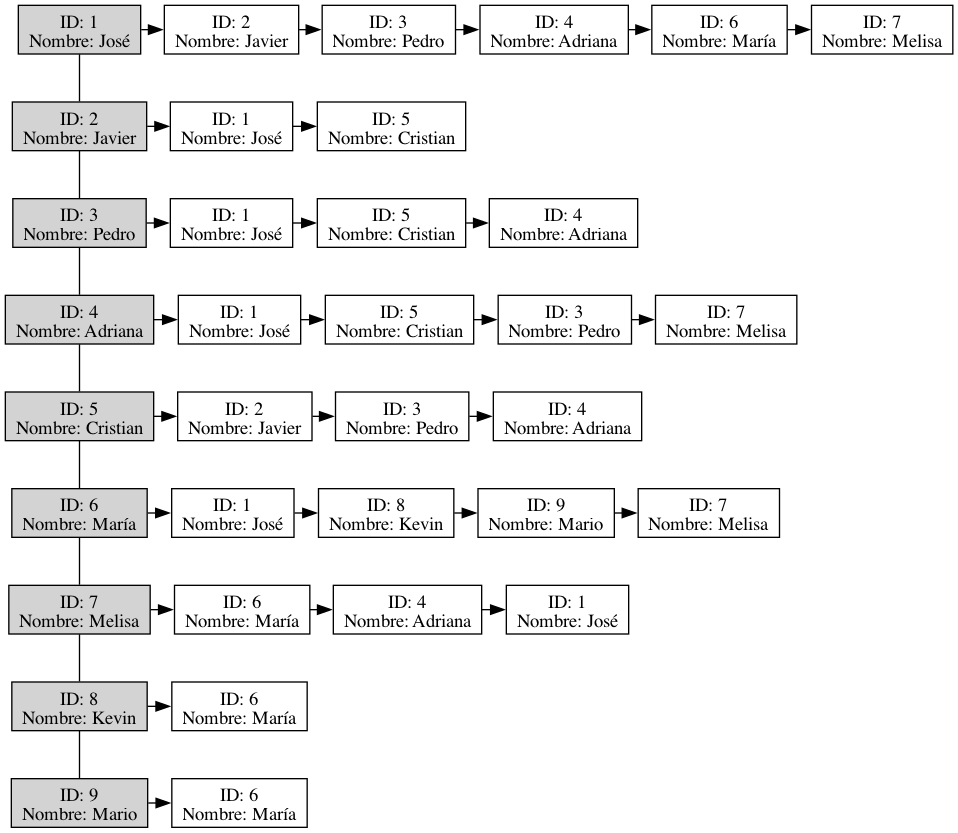
Earlier version of the Graphviz export fase3/usuarios/reportes/grafoLista.png (Ggi0/-EDD-Proyecto_202100229). Its source is kept beside it as fase3/usuarios/reportes/grafoLista.dot. Its diagram source:
```dot
digraph G {
node[shape = "box" style = "filled"]
Nodo1[label = "ID: 1\nNombre: José" group = "1" fillcolor="lightgray"];
Nodo1->Nodo2[dir = none];Nodo1->Nodo0x7f82a4642430;
Nodo0x7f82a4642430[label = "ID: 2\nNombre: Javier" fillcolor = "white"];
Nodo0x7f82a4642430->Nodo0x7f82a463e100;
Nodo0x7f82a463e100[label = "ID: 3\nNombre: Pedro" fillcolor = "white"];
Nodo0x7f82a463e100->Nodo0x7f82a463e280;
Nodo0x7f82a463e280[label = "ID: 4\nNombre: Adriana" fillcolor = "white"];
Nodo0x7f82a463e280->Nodo0x7f82a463e400;
Nodo0x7f82a463e400[label = "ID: 6\nNombre: María" fillcolor = "white"];
Nodo0x7f82a463e400->Nodo0x7f82a463f240;
Nodo0x7f82a463f240[label = "ID: 7\nNombre: Melisa" fillcolor = "white"];
{rank=same;Nodo1;Nodo0x7f82a4642430;Nodo0x7f82a463e100;Nodo0x7f82a463e280;Nodo0x7f82a463e400;Nodo0x7f82a463f240}
Nodo2[label = "ID: 2\nNombre: Javier" group = "1" fillcolor="lightgray"];
Nodo2->Nodo3[dir = none];Nodo2->Nodo0x7f82a463e040;
Nodo0x7f82a463e040[label = "ID: 1\nNombre: José" fillcolor = "white"];
Nodo0x7f82a463e040->Nodo0x7f82a463e640;
Nodo0x7f82a463e640[label = "ID: 5\nNombre: Cristian" fillcolor = "white"];
{rank=same;Nodo2;Nodo0x7f82a463e040;Nodo0x7f82a463e640}
Nodo3[label = "ID: 3\nNombre: Pedro" group = "1" fillcolor="lightgray"];
Nodo3->Nodo4[dir = none];Nodo3->Nodo0x7f82a463e1c0;
Nodo0x7f82a463e1c0[label = "ID: 1\nNombre: José" fillcolor = "white"];
Nodo0x7f82a463e1c0->Nodo0x7f82a463e7c0;
Nodo0x7f82a463e7c0[label = "ID: 5\nNombre: Cristian" fillcolor = "white"];
Nodo0x7f82a463e7c0->Nodo0x7f82a463ea00;
Nodo0x7f82a463ea00[label = "ID: 4\nNombre: Adriana" fillcolor = "white"];
{rank=same;Nodo3;Nodo0x7f82a463e1c0;Nodo0x7f82a463e7c0;Nodo0x7f82a463ea00}
Nodo4[label = "ID: 4\nNombre: Adriana" group = "1" fillcolor="lightgray"];
Nodo4->Nodo5[dir = none];Nodo4->Nodo0x7f82a463e340;
Nodo0x7f82a463e340[label = "ID: 1\nNombre: José" fillcolor = "white"];
Nodo0x7f82a463e340->Nodo0x7f82a463e940;
Nodo0x7f82a463e940[label = "ID: 5\nNombre: Cristian" fillcolor = "white"];
Nodo0x7f82a463e940->Nodo0x7f82a463eac0;
Nodo0x7f82a463eac0[label = "ID: 3\nNombre: Pedro" fillcolor = "white"];
Nodo0x7f82a463eac0->Nodo0x7f82a463f0c0;
Nodo0x7f82a463f0c0[label = "ID: 7\nNombre: Melisa" fillcolor = "white"];
{rank=same;Nodo4;Nodo0x7f82a463e340;Nodo0x7f82a463e940;Nodo0x7f82a463eac0;Nodo0x7f82a463f0c0}
Nodo5[label = "ID: 5\nNombre: Cristian" group = "1" fillcolor="lightgray"];
Nodo5->Nodo6[dir = none];Nodo5->Nodo0x7f82a463e580;
Nodo0x7f82a463e580[label = "ID: 2\nNombre: Javier" fillcolor = "white"];
Nodo0x7f82a463e580->Nodo0x7f82a463e700;
Nodo0x7f82a463e700[label = "ID: 3\nNombre: Pedro" fillcolor = "white"];
Nodo0x7f82a463e700->Nodo0x7f82a463e880;
Nodo0x7f82a463e880[label = "ID: 4\nNombre: Adriana" fillcolor = "white"];
{rank=same;Nodo5;Nodo0x7f82a463e580;Nodo0x7f82a463e700;Nodo0x7f82a463e880}
Nodo6[label = "ID: 6\nNombre: María" group = "1" fillcolor="lightgray"];
Nodo6->Nodo7[dir = none];Nodo6->Nodo0x7f82a463e4c0;
Nodo0x7f82a463e4c0[label = "ID: 1\nNombre: José" fillcolor = "white"];
Nodo0x7f82a463e4c0->Nodo0x7f82a463eb80;
Nodo0x7f82a463eb80[label = "ID: 8\nNombre: Kevin" fillcolor = "white"];
Nodo0x7f82a463eb80->Nodo0x7f82a463ed00;
Nodo0x7f82a463ed00[label = "ID: 9\nNombre: Mario" fillcolor = "white"];
Nodo0x7f82a463ed00->Nodo0x7f82a463ee80;
Nodo0x7f82a463ee80[label = "ID: 7\nNombre: Melisa" fillcolor = "white"];
{rank=same;Nodo6;Nodo0x7f82a463e4c0;Nodo0x7f82a463eb80;Nodo0x7f82a463ed00;Nodo0x7f82a463ee80}
Nodo7[label = "ID: 7\nNombre: Melisa" group = "1" fillcolor="lightgray"];
Nodo7->Nodo8[dir = none];Nodo7->Nodo0x7f82a463ef40;
Nodo0x7f82a463ef40[label = "ID: 6\nNombre: María" fillcolor = "white"];
Nodo0x7f82a463ef40->Nodo0x7f82a463f000;
Nodo0x7f82a463f000[label = "ID: 4\nNombre: Adriana" fillcolor = "white"];
Nodo0x7f82a463f000->Nodo0x7f82a463f180;
Nodo0x7f82a463f180[label = "ID: 1\nNombre: José" fillcolor = "white"];
{rank=same;Nodo7;Nodo0x7f82a463ef40;Nodo0x7f82a463f000;Nodo0x7f82a463f180}
Nodo8[label = "ID: 8\nNombre: Kevin" group = "1" fillcolor="lightgray"];
Nodo8->Nodo9[dir = none];Nodo8->Nodo0x7f82a463ec40;
Nodo0x7f82a463ec40[label = "ID: 6\nNombre: María" fillcolor = "white"];
{rank=same;Nodo8;Nodo0x7f82a463ec40}
Nodo9[label = "ID: 9\nNombre: Mario" group = "1" fillcolor="lightgray"];
Nodo9->Nodo0x7f82a463edc0;
Nodo0x7f82a463edc0[label = "ID: 6\nNombre: María" fillcolor = "white"];
{rank=same;Nodo9;Nodo0x7f82a463edc0}
}
```
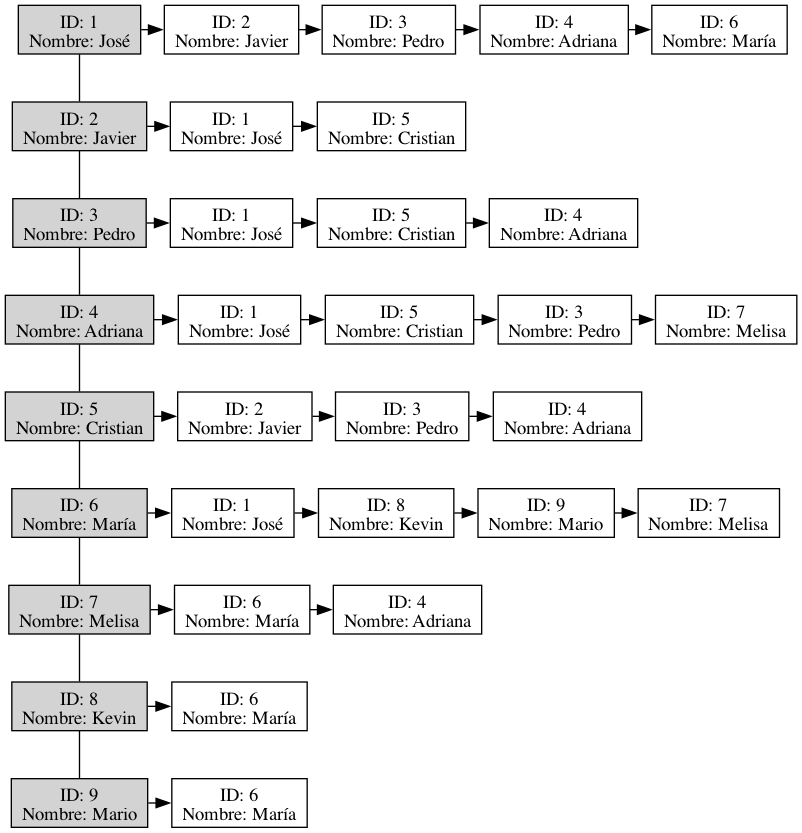
After the change.

The edit, as a diff of the source:
```diff
@@ -1,73 +1,69 @@
 digraph G {
 node[shape = "box" style = "filled"]
 Nodo1[label = "ID: 1\nNombre: José" group = "1" fillcolor="lightgray"];
-Nodo1->Nodo2[dir = none];Nodo1->Nodo0x7f82a4642430;
-Nodo0x7f82a4642430[label = "ID: 2\nNombre: Javier" fillcolor = "white"];
-Nodo0x7f82a4642430->Nodo0x7f82a463e100;
-Nodo0x7f82a463e100[label = "ID: 3\nNombre: Pedro" fillcolor = "white"];
-Nodo0x7f82a463e100->Nodo0x7f82a463e280;
-Nodo0x7f82a463e280[label = "ID: 4\nNombre: Adriana" fillcolor = "white"];
-Nodo0x7f82a463e280->Nodo0x7f82a463e400;
-Nodo0x7f82a463e400[label = "ID: 6\nNombre: María" fillcolor = "white"];
-Nodo0x7f82a463e400->Nodo0x7f82a463f240;
-Nodo0x7f82a463f240[label = "ID: 7\nNombre: Melisa" fillcolor = "white"];
-{rank=same;Nodo1;Nodo0x7f82a4642430;Nodo0x7f82a463e100;Nodo0x7f82a463e280;Nodo0x7f82a463e400;Nodo0x7f82a463f240}
+Nodo1->Nodo2[dir = none];Nodo1->Nodo0x7fba8c506430;
+Nodo0x7fba8c506430[label = "ID: 2\nNombre: Javier" fillcolor = "white"];
+Nodo0x7fba8c506430->Nodo0x7fba8c5065b0;
+Nodo0x7fba8c5065b0[label = "ID: 3\nNombre: Pedro" fillcolor = "white"];
+Nodo0x7fba8c5065b0->Nodo0x7fba8c506730;
+Nodo0x7fba8c506730[label = "ID: 4\nNombre: Adriana" fillcolor = "white"];
+Nodo0x7fba8c506730->Nodo0x7fba8c5068b0;
+Nodo0x7fba8c5068b0[label = "ID: 6\nNombre: María" fillcolor = "white"];
+{rank=same;Nodo1;Nodo0x7fba8c506430;Nodo0x7fba8c5065b0;Nodo0x7fba8c506730;Nodo0x7fba8c5068b0}
 Nodo2[label = "ID: 2\nNombre: Javier" group = "1" fillcolor="lightgray"];
-Nodo2->Nodo3[dir = none];Nodo2->Nodo0x7f82a463e040;
-Nodo0x7f82a463e040[label = "ID: 1\nNombre: José" fillcolor = "white"];
-Nodo0x7f82a463e040->Nodo0x7f82a463e640;
-Nodo0x7f82a463e640[label = "ID: 5\nNombre: Cristian" fillcolor = "white"];
-{rank=same;Nodo2;Nodo0x7f82a463e040;Nodo0x7f82a463e640}
+Nodo2->Nodo3[dir = none];Nodo2->Nodo0x7fba8c5064f0;
+Nodo0x7fba8c5064f0[label = "ID: 1\nNombre: José" fillcolor = "white"];
+Nodo0x7fba8c5064f0->Nodo0x7fba8c506af0;
+Nodo0x7fba8c506af0[label = "ID: 5\nNombre: Cristian" fillcolor = "white"];
+{rank=same;Nodo2;Nodo0x7fba8c5064f0;Nodo0x7fba8c506af0}
 Nodo3[label = "ID: 3\nNombre: Pedro" group = "1" fillcolor="lightgray"];
-Nodo3->Nodo4[dir = none];Nodo3->Nodo0x7f82a463e1c0;
-Nodo0x7f82a463e1c0[label = "ID: 1\nNombre: José" fillcolor = "white"];
-Nodo0x7f82a463e1c0->Nodo0x7f82a463e7c0;
-Nodo0x7f82a463e7c0[label = "ID: 5\nNombre: Cristian" fillcolor = "white"];
-Nodo0x7f82a463e7c0->Nodo0x7f82a463ea00;
-Nodo0x7f82a463ea00[label = "ID: 4\nNombre: Adriana" fillcolor = "white"];
-{rank=same;Nodo3;Nodo0x7f82a463e1c0;Nodo0x7f82a463e7c0;Nodo0x7f82a463ea00}
+Nodo3->Nodo4[dir = none];Nodo3->Nodo0x7fba8c506670;
+Nodo0x7fba8c506670[label = "ID: 1\nNombre: José" fillcolor = "white"];
+Nodo0x7fba8c506670->Nodo0x7fba8c506c70;
+Nodo0x7fba8c506c70[label = "ID: 5\nNombre: Cristian" fillcolor = "white"];
+Nodo0x7fba8c506c70->Nodo0x7fba8c506eb0;
+Nodo0x7fba8c506eb0[label = "ID: 4\nNombre: Adriana" fillcolor = "white"];
+{rank=same;Nodo3;Nodo0x7fba8c506670;Nodo0x7fba8c506c70;Nodo0x7fba8c506eb0}
 Nodo4[label = "ID: 4\nNombre: Adriana" group = "1" fillcolor="lightgray"];
-Nodo4->Nodo5[dir = none];Nodo4->Nodo0x7f82a463e340;
-Nodo0x7f82a463e340[label = "ID: 1\nNombre: José" fillcolor = "white"];
-Nodo0x7f82a463e340->Nodo0x7f82a463e940;
-Nodo0x7f82a463e940[label = "ID: 5\nNombre: Cristian" fillcolor = "white"];
-Nodo0x7f82a463e940->Nodo0x7f82a463eac0;
-Nodo0x7f82a463eac0[label = "ID: 3\nNombre: Pedro" fillcolor = "white"];
-Nodo0x7f82a463eac0->Nodo0x7f82a463f0c0;
-Nodo0x7f82a463f0c0[label = "ID: 7\nNombre: Melisa" fillcolor = "white"];
-{rank=same;Nodo4;Nodo0x7f82a463e340;Nodo0x7f82a463e940;Nodo0x7f82a463eac0;Nodo0x7f82a463f0c0}
+Nodo4->Nodo5[dir = none];Nodo4->Nodo0x7fba8c5067f0;
+Nodo0x7fba8c5067f0[label = "ID: 1\nNombre: José" fillcolor = "white"];
+Nodo0x7fba8c5067f0->Nodo0x7fba8c506df0;
+Nodo0x7fba8c506df0[label = "ID: 5\nNombre: Cristian" fillcolor = "white"];
+Nodo0x7fba8c506df0->Nodo0x7fba8c506f70;
+Nodo0x7fba8c506f70[label = "ID: 3\nNombre: Pedro" fillcolor = "white"];
+Nodo0x7fba8c506f70->Nodo0x7fba8c50a050;
+Nodo0x7fba8c50a050[label = "ID: 7\nNombre: Melisa" fillcolor = "white"];
+{rank=same;Nodo4;Nodo0x7fba8c5067f0;Nodo0x7fba8c506df0;Nodo0x7fba8c506f70;Nodo0x7fba8c50a050}
 Nodo5[label = "ID: 5\nNombre: Cristian" group = "1" fillcolor="lightgray"];
-Nodo5->Nodo6[dir = none];Nodo5->Nodo0x7f82a463e580;
-Nodo0x7f82a463e580[label = "ID: 2\nNombre: Javier" fillcolor = "white"];
-Nodo0x7f82a463e580->Nodo0x7f82a463e700;
-Nodo0x7f82a463e700[label = "ID: 3\nNombre: Pedro" fillcolor = "white"];
-Nodo0x7f82a463e700->Nodo0x7f82a463e880;
-Nodo0x7f82a463e880[label = "ID: 4\nNombre: Adriana" fillcolor = "white"];
-{rank=same;Nodo5;Nodo0x7f82a463e580;Nodo0x7f82a463e700;Nodo0x7f82a463e880}
+Nodo5->Nodo6[dir = none];Nodo5->Nodo0x7fba8c506a30;
+Nodo0x7fba8c506a30[label = "ID: 2\nNombre: Javier" fillcolor = "white"];
+Nodo0x7fba8c506a30->Nodo0x7fba8c506bb0;
+Nodo0x7fba8c506bb0[label = "ID: 3\nNombre: Pedro" fillcolor = "white"];
+Nodo0x7fba8c506bb0->Nodo0x7fba8c506d30;
+Nodo0x7fba8c506d30[label = "ID: 4\nNombre: Adriana" fillcolor = "white"];
+{rank=same;Nodo5;Nodo0x7fba8c506a30;Nodo0x7fba8c506bb0;Nodo0x7fba8c506d30}
 Nodo6[label = "ID: 6\nNombre: María" group = "1" fillcolor="lightgray"];
-Nodo6->Nodo7[dir = none];Nodo6->Nodo0x7f82a463e4c0;
-Nodo0x7f82a463e4c0[label = "ID: 1\nNombre: José" fillcolor = "white"];
-Nodo0x7f82a463e4c0->Nodo0x7f82a463eb80;
-Nodo0x7f82a463eb80[label = "ID: 8\nNombre: Kevin" fillcolor = "white"];
-Nodo0x7f82a463eb80->Nodo0x7f82a463ed00;
-Nodo0x7f82a463ed00[label = "ID: 9\nNombre: Mario" fillcolor = "white"];
-Nodo0x7f82a463ed00->Nodo0x7f82a463ee80;
-Nodo0x7f82a463ee80[label = "ID: 7\nNombre: Melisa" fillcolor = "white"];
-{rank=same;Nodo6;Nodo0x7f82a463e4c0;Nodo0x7f82a463eb80;Nodo0x7f82a463ed00;Nodo0x7f82a463ee80}
+Nodo6->Nodo7[dir = none];Nodo6->Nodo0x7fba8c506970;
+Nodo0x7fba8c506970[label = "ID: 1\nNombre: José" fillcolor = "white"];
+Nodo0x7fba8c506970->Nodo0x7fba8c507030;
+Nodo0x7fba8c507030[label = "ID: 8\nNombre: Kevin" fillcolor = "white"];
+Nodo0x7fba8c507030->Nodo0x7fba8c5071b0;
+Nodo0x7fba8c5071b0[label = "ID: 9\nNombre: Mario" fillcolor = "white"];
+Nodo0x7fba8c5071b0->Nodo0x7fba8c509e10;
+Nodo0x7fba8c509e10[label = "ID: 7\nNombre: Melisa" fillcolor = "white"];
+{rank=same;Nodo6;Nodo0x7fba8c506970;Nodo0x7fba8c507030;Nodo0x7fba8c5071b0;Nodo0x7fba8c509e10}
 Nodo7[label = "ID: 7\nNombre: Melisa" group = "1" fillcolor="lightgray"];
-Nodo7->Nodo8[dir = none];Nodo7->Nodo0x7f82a463ef40;
-Nodo0x7f82a463ef40[label = "ID: 6\nNombre: María" fillcolor = "white"];
-Nodo0x7f82a463ef40->Nodo0x7f82a463f000;
-Nodo0x7f82a463f000[label = "ID: 4\nNombre: Adriana" fillcolor = "white"];
-Nodo0x7f82a463f000->Nodo0x7f82a463f180;
-Nodo0x7f82a463f180[label = "ID: 1\nNombre: José" fillcolor = "white"];
-{rank=same;Nodo7;Nodo0x7f82a463ef40;Nodo0x7f82a463f000;Nodo0x7f82a463f180}
+Nodo7->Nodo8[dir = none];Nodo7->Nodo0x7fba8c509ed0;
+Nodo0x7fba8c509ed0[label = "ID: 6\nNombre: María" fillcolor = "white"];
+Nodo0x7fba8c509ed0->Nodo0x7fba8c509f90;
+Nodo0x7fba8c509f90[label = "ID: 4\nNombre: Adriana" fillcolor = "white"];
+{rank=same;Nodo7;Nodo0x7fba8c509ed0;Nodo0x7fba8c509f90}
 Nodo8[label = "ID: 8\nNombre: Kevin" group = "1" fillcolor="lightgray"];
-Nodo8->Nodo9[dir = none];Nodo8->Nodo0x7f82a463ec40;
-Nodo0x7f82a463ec40[label = "ID: 6\nNombre: María" fillcolor = "white"];
-{rank=same;Nodo8;Nodo0x7f82a463ec40}
+Nodo8->Nodo9[dir = none];Nodo8->Nodo0x7fba8c5070f0;
+Nodo0x7fba8c5070f0[label = "ID: 6\nNombre: María" fillcolor = "white"];
+{rank=same;Nodo8;Nodo0x7fba8c5070f0}
 Nodo9[label = "ID: 9\nNombre: Mario" group = "1" fillcolor="lightgray"];
-Nodo9->Nodo0x7f82a463edc0;
-Nodo0x7f82a463edc0[label = "ID: 6\nNombre: María" fillcolor = "white"];
-{rank=same;Nodo9;Nodo0x7f82a463edc0}
+Nodo9->Nodo0x7fba8c509d50;
+Nodo0x7fba8c509d50[label = "ID: 6\nNombre: María" fillcolor = "white"];
+{rank=same;Nodo9;Nodo0x7fba8c509d50}
 }
```
